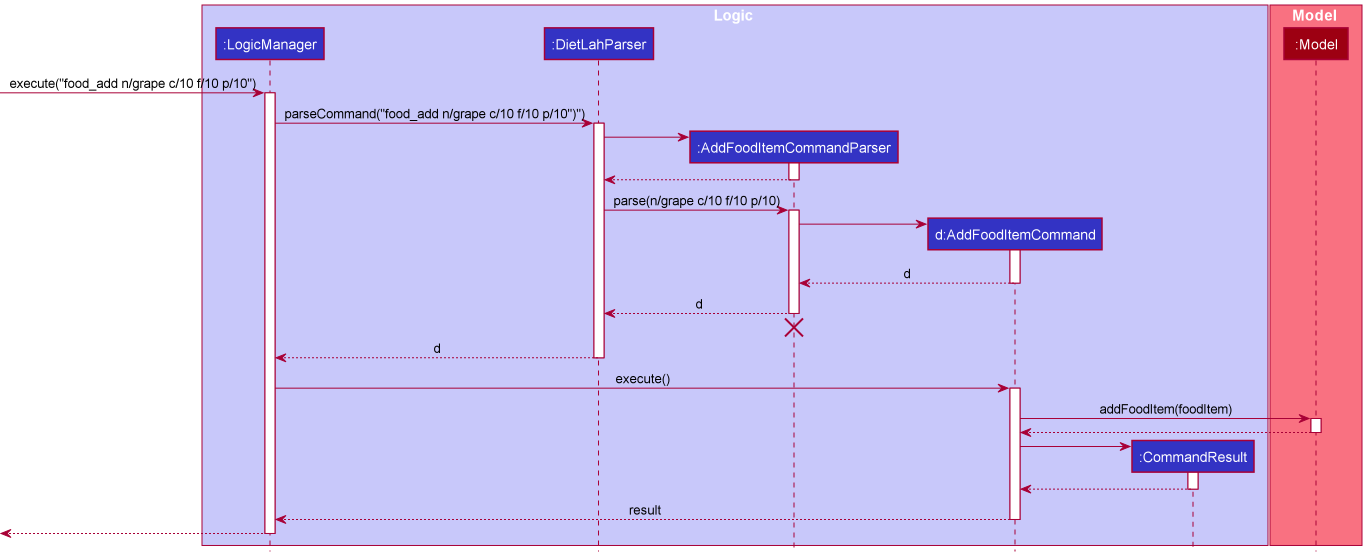
nus-cs2103-AY2021S2/tp keeps this PlantUML diagram as docs/images/AddFoodItemSequenceDiagram.png. Above is the earlier version. Its source is kept beside it as docs/diagrams/AddFoodItemSequenceDiagram.puml.
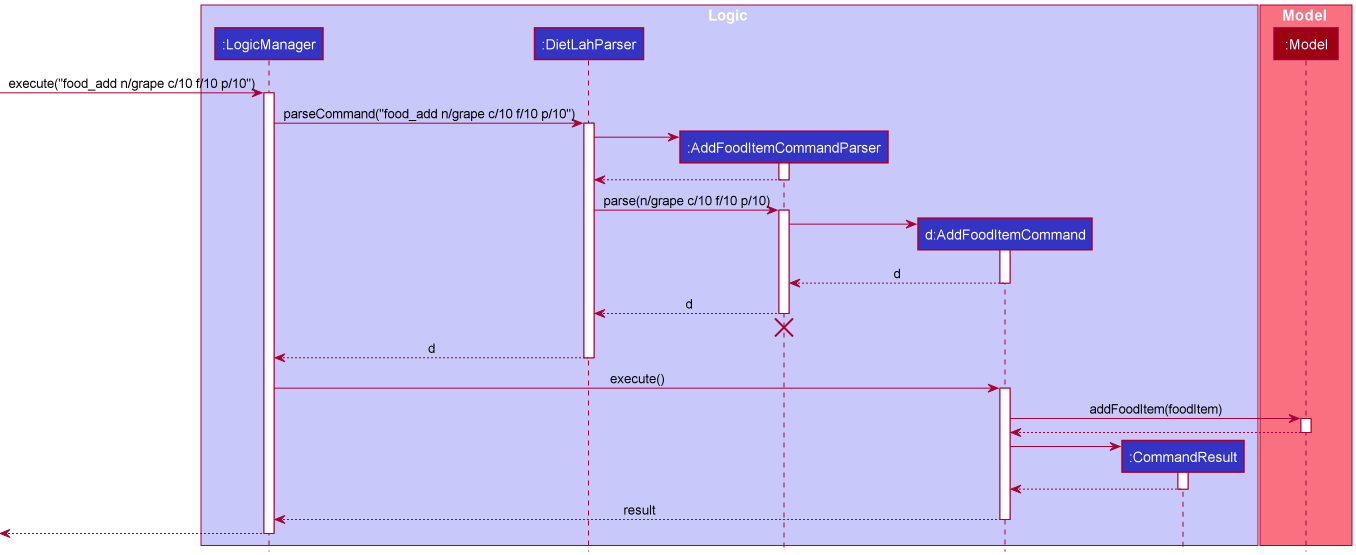
Later version of the same file.

Commit message:
Fix minor diagram typo

Diff of the diagram source:
```diff
@@ -16,7 +16,7 @@
 [-> LogicManager : execute("food_add n/grape c/10 f/10 p/10")
 activate LogicManager
 
-LogicManager -> DietLahParser : parseCommand("food_add n/grape c/10 f/10 p/10")")
+LogicManager -> DietLahParser : parseCommand("food_add n/grape c/10 f/10 p/10")
 activate DietLahParser
 
 create AddFoodItemCommandParser
```
